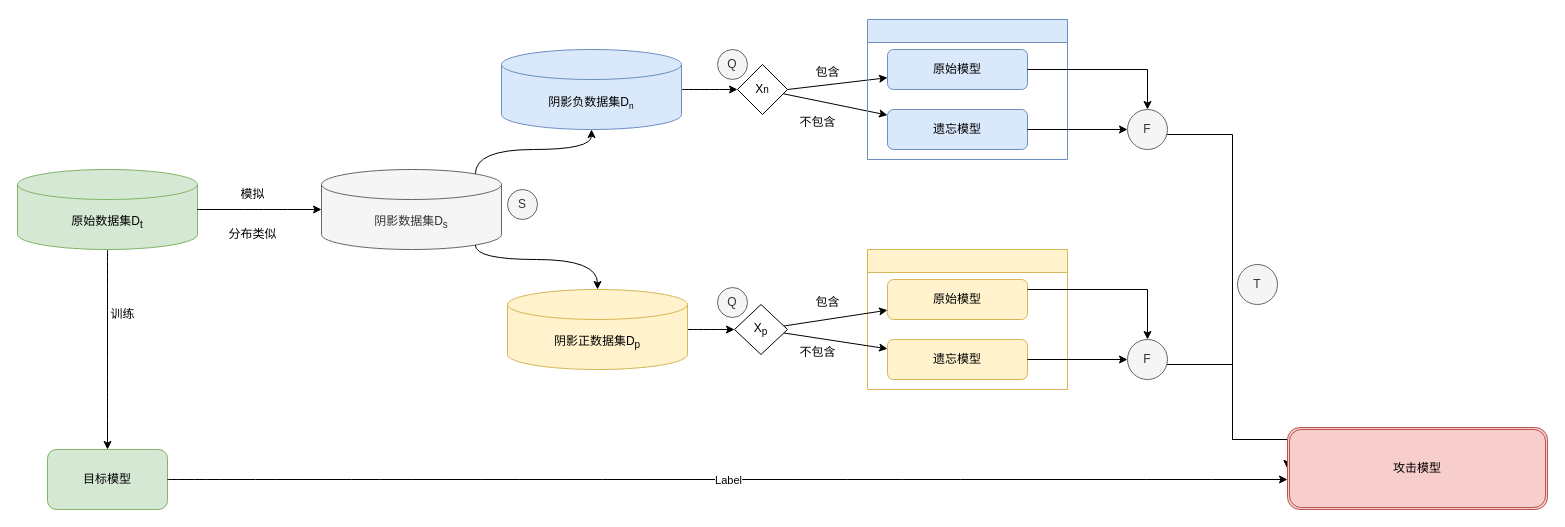
This is page "第 4 页" (4 of 7) of 未命名绘图.drawio from liangliuqi/whu-program, a draw.io file, before an edit. Source tidied: cells renumbered, new cells numbered last; positions are measured from the earlier drawing's top-left corner, leaving out a move shared by most shapes. Both pictures are drawn from the tidied source at 100%, with x=0, y=0 at pixel (17, 19).
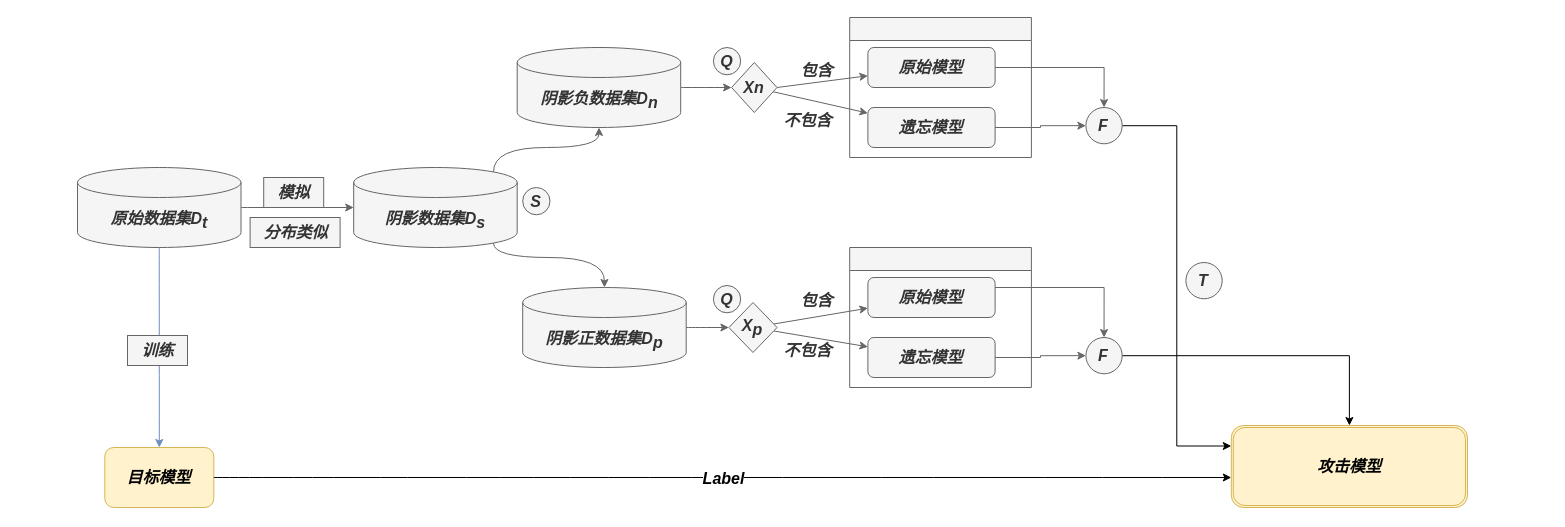
The same page after the edit.

Change to the diagram source:
```diff
@@
+    <mxCell id="47" style="group;" parent="1" vertex="1">
+      <mxGeometry x="60" y="-2" width="1390" height="490" as="geometry" />
+    </mxCell>
-    <mxCell id="2" style="edgeStyle=orthogonalEdgeStyle;curved=1;rounded=0;jettySize=auto;html=1;exitX=0.855;exitY=0;exitDx=0;exitDy=4.35;exitPerimeter=0;" parent="1" edge="1" source="3" target="5">
+    <mxCell id="2" style="edgeStyle=orthogonalEdgeStyle;curved=1;rounded=0;jettySize=auto;html=1;exitX=0.855;exitY=0;exitDx=0;exitDy=4.35;exitPerimeter=0;fontSize=16;fontStyle=3;fillColor=#f5f5f5;strokeColor=#666666;" parent="47" edge="1" source="3" target="5">
       <mxGeometry relative="1" as="geometry" />
     </mxCell>
-    <mxCell id="3" value="阴影数据集D&lt;sub&gt;s&lt;/sub&gt;" style="shape=cylinder3;whiteSpace=wrap;html=1;boundedLbl=1;backgroundOutline=1;size=15;fillColor=#f5f5f5;fontColor=#333333;strokeColor=#666666;" parent="1" vertex="1">
-      <mxGeometry x="304" y="150" width="180" height="80" as="geometry" />
+    <mxCell id="3" value="阴影数据集D&lt;sub style=&quot;font-size: 16px;&quot;&gt;s&lt;/sub&gt;" style="shape=cylinder3;whiteSpace=wrap;html=1;boundedLbl=1;backgroundOutline=1;size=15;fillColor=#f5f5f5;fontColor=#333333;strokeColor=#666666;fontSize=16;fontStyle=3;" parent="47" vertex="1">
+      <mxGeometry x="276.2" y="150" width="163.5" height="80" as="geometry" />
     </mxCell>
-    <mxCell id="4" style="edgeStyle=orthogonalEdgeStyle;curved=1;rounded=0;jettySize=auto;html=1;exitX=1;exitY=0.5;exitDx=0;exitDy=0;exitPerimeter=0;entryX=0;entryY=0.5;entryDx=0;entryDy=0;" parent="1" edge="1" source="5" target="18">
+    <mxCell id="4" style="edgeStyle=orthogonalEdgeStyle;curved=1;rounded=0;jettySize=auto;html=1;exitX=1;exitY=0.5;exitDx=0;exitDy=0;exitPerimeter=0;entryX=0;entryY=0.5;entryDx=0;entryDy=0;fontSize=16;fontStyle=3;fillColor=#f5f5f5;strokeColor=#666666;" parent="47" edge="1" source="5" target="18">
       <mxGeometry relative="1" as="geometry" />
     </mxCell>
-    <mxCell id="5" value="阴影负数据集D&lt;span style=&quot;font-size: 10px;&quot;&gt;&lt;sub&gt;n&lt;/sub&gt;&lt;/span&gt;" style="shape=cylinder3;whiteSpace=wrap;html=1;boundedLbl=1;backgroundOutline=1;size=15;fillColor=#dae8fc;strokeColor=#6c8ebf;" parent="1" vertex="1">
-      <mxGeometry x="484" y="30" width="180" height="80" as="geometry" />
+    <mxCell id="5" value="阴影负数据集D&lt;span style=&quot;font-size: 16px;&quot;&gt;&lt;sub style=&quot;font-size: 16px;&quot;&gt;n&lt;/sub&gt;&lt;/span&gt;" style="shape=cylinder3;whiteSpace=wrap;html=1;boundedLbl=1;backgroundOutline=1;size=15;fillColor=#f5f5f5;strokeColor=#666666;fontSize=16;fontStyle=3;fontColor=#333333;" parent="47" vertex="1">
+      <mxGeometry x="439.7" y="30" width="163.5" height="80" as="geometry" />
     </mxCell>
-    <mxCell id="6" style="edgeStyle=orthogonalEdgeStyle;curved=1;rounded=0;jettySize=auto;html=1;exitX=1;exitY=0.5;exitDx=0;exitDy=0;exitPerimeter=0;" parent="1" edge="1" source="7" target="29">
+    <mxCell id="6" style="edgeStyle=orthogonalEdgeStyle;curved=1;rounded=0;jettySize=auto;html=1;exitX=1;exitY=0.5;exitDx=0;exitDy=0;exitPerimeter=0;fontSize=16;fontStyle=3;fillColor=#f5f5f5;strokeColor=#666666;" parent="47" edge="1" source="7" target="29">
       <mxGeometry relative="1" as="geometry" />
     </mxCell>
-    <mxCell id="7" value="阴影正数据集D&lt;sub&gt;p&lt;/sub&gt;" style="shape=cylinder3;whiteSpace=wrap;html=1;boundedLbl=1;backgroundOutline=1;size=15;fillColor=#fff2cc;strokeColor=#d6b656;" parent="1" vertex="1">
-      <mxGeometry x="490" y="270" width="180" height="80" as="geometry" />
+    <mxCell id="7" value="阴影正数据集D&lt;sub style=&quot;font-size: 16px;&quot;&gt;p&lt;/sub&gt;" style="shape=cylinder3;whiteSpace=wrap;html=1;boundedLbl=1;backgroundOutline=1;size=15;fillColor=#f5f5f5;strokeColor=#666666;fontSize=16;fontStyle=3;fontColor=#333333;" parent="47" vertex="1">
+      <mxGeometry x="445.2" y="270" width="163.5" height="80" as="geometry" />
     </mxCell>
-    <mxCell id="8" style="edgeStyle=orthogonalEdgeStyle;curved=1;rounded=0;jettySize=auto;html=1;exitX=0.5;exitY=1;exitDx=0;exitDy=0;exitPerimeter=0;entryX=0.5;entryY=0;entryDx=0;entryDy=0;" parent="1" edge="1" source="9" target="14">
+    <mxCell id="8" style="edgeStyle=orthogonalEdgeStyle;curved=1;rounded=0;jettySize=auto;html=1;exitX=0.5;exitY=1;exitDx=0;exitDy=0;exitPerimeter=0;entryX=0.5;entryY=0;entryDx=0;entryDy=0;fontSize=16;fontStyle=3;fillColor=#dae8fc;strokeColor=#6c8ebf;" parent="47" edge="1" source="9" target="14">
       <mxGeometry relative="1" as="geometry" />
     </mxCell>
-    <mxCell id="9" value="原始数据集D&lt;sub&gt;t&lt;/sub&gt;" style="shape=cylinder3;whiteSpace=wrap;html=1;boundedLbl=1;backgroundOutline=1;size=15;fillColor=#d5e8d4;strokeColor=#82b366;" parent="1" vertex="1">
-      <mxGeometry y="150" width="180" height="80" as="geometry" />
+    <mxCell id="9" value="原始数据集D&lt;sub style=&quot;font-size: 16px;&quot;&gt;t&lt;/sub&gt;" style="shape=cylinder3;whiteSpace=wrap;html=1;boundedLbl=1;backgroundOutline=1;size=15;fillColor=#f5f5f5;strokeColor=#666666;fontSize=16;fontStyle=3;fontColor=#333333;" parent="47" vertex="1">
+      <mxGeometry y="150" width="163.5" height="80" as="geometry" />
     </mxCell>
-    <mxCell id="10" style="edgeStyle=orthogonalEdgeStyle;curved=1;rounded=0;jettySize=auto;html=1;entryX=0;entryY=0.5;entryDx=0;entryDy=0;entryPerimeter=0;" parent="1" edge="1" source="9" target="3">
+    <mxCell id="10" style="edgeStyle=orthogonalEdgeStyle;curved=1;rounded=0;jettySize=auto;html=1;entryX=0;entryY=0.5;entryDx=0;entryDy=0;entryPerimeter=0;fontSize=16;fontStyle=3;fillColor=#f5f5f5;strokeColor=#666666;" parent="47" edge="1" source="9" target="3">
       <mxGeometry relative="1" as="geometry" />
     </mxCell>
-    <mxCell id="11" value="模拟" style="text;html=1;align=center;verticalAlign=middle;strokeColor=none;fillColor=none;" parent="1" vertex="1">
-      <mxGeometry x="210" y="160" width="50" height="30" as="geometry" />
+    <mxCell id="11" value="模拟" style="text;html=1;align=center;verticalAlign=middle;strokeColor=#666666;fillColor=#f5f5f5;fontSize=16;fontStyle=3;fontColor=#333333;" parent="47" vertex="1">
+      <mxGeometry x="186.2" y="160" width="60" height="30" as="geometry" />
     </mxCell>
-    <mxCell id="12" value="分布类似" style="text;html=1;align=center;verticalAlign=middle;strokeColor=none;fillColor=none;" parent="1" vertex="1">
-      <mxGeometry x="200" y="200" width="70" height="30" as="geometry" />
+    <mxCell id="12" value="分布类似" style="text;html=1;align=center;verticalAlign=middle;strokeColor=#666666;fillColor=#f5f5f5;fontSize=16;fontStyle=3;fontColor=#333333;" parent="47" vertex="1">
+      <mxGeometry x="172.6" y="200" width="90" height="30" as="geometry" />
     </mxCell>
-    <mxCell id="13" style="edgeStyle=orthogonalEdgeStyle;curved=1;rounded=0;jettySize=auto;html=1;exitX=0.855;exitY=1;exitDx=0;exitDy=-4.35;exitPerimeter=0;entryX=0.5;entryY=0;entryDx=0;entryDy=0;entryPerimeter=0;" parent="1" edge="1" source="3" target="7">
+    <mxCell id="13" style="edgeStyle=orthogonalEdgeStyle;curved=1;rounded=0;jettySize=auto;html=1;exitX=0.855;exitY=1;exitDx=0;exitDy=-4.35;exitPerimeter=0;entryX=0.5;entryY=0;entryDx=0;entryDy=0;entryPerimeter=0;fontSize=16;fontStyle=3;fillColor=#f5f5f5;strokeColor=#666666;" parent="47" edge="1" source="3" target="7">
       <mxGeometry relative="1" as="geometry">
         <Array as="points">
-          <mxPoint x="458" y="240" />
-          <mxPoint x="580" y="240" />
+          <mxPoint x="416.1" y="240" />
+          <mxPoint x="526.9" y="240" />
         </Array>
       </mxGeometry>
     </mxCell>
-    <mxCell id="14" value="目标模型" style="rounded=1;whiteSpace=wrap;html=1;fillColor=#d5e8d4;strokeColor=#82b366;" parent="1" vertex="1">
-      <mxGeometry x="30" y="430" width="120" height="60" as="geometry" />
+    <mxCell id="14" value="目标模型" style="rounded=1;whiteSpace=wrap;html=1;fillColor=#fff2cc;strokeColor=#d6b656;fontSize=16;fontStyle=3;" parent="47" vertex="1">
+      <mxGeometry x="27.3" y="430" width="109" height="60" as="geometry" />
     </mxCell>
-    <mxCell id="15" value="训练" style="text;html=1;align=center;verticalAlign=middle;strokeColor=none;fillColor=none;" parent="1" vertex="1">
-      <mxGeometry x="80" y="280" width="50" height="30" as="geometry" />
+    <mxCell id="15" value="训练" style="text;html=1;align=center;verticalAlign=middle;strokeColor=#666666;fillColor=#f5f5f5;fontSize=16;fontStyle=3;fontColor=#333333;" parent="47" vertex="1">
+      <mxGeometry x="50" y="318" width="60" height="30" as="geometry" />
     </mxCell>
-    <mxCell id="16" style="edgeStyle=none;rounded=0;jettySize=auto;html=1;exitX=1;exitY=0.5;exitDx=0;exitDy=0;" parent="1" edge="1" source="18" target="20">
+    <mxCell id="16" style="edgeStyle=none;rounded=0;jettySize=auto;html=1;exitX=1;exitY=0.5;exitDx=0;exitDy=0;fontSize=16;fontStyle=3;fillColor=#f5f5f5;strokeColor=#666666;" parent="47" edge="1" source="18" target="20">
       <mxGeometry relative="1" as="geometry" />
     </mxCell>
-    <mxCell id="17" style="edgeStyle=none;rounded=0;jettySize=auto;html=1;" parent="1" edge="1" source="18" target="21">
+    <mxCell id="17" style="edgeStyle=none;rounded=0;jettySize=auto;html=1;fontSize=16;fontStyle=3;fillColor=#f5f5f5;strokeColor=#666666;" parent="47" edge="1" source="18" target="21">
       <mxGeometry relative="1" as="geometry" />
     </mxCell>
-    <mxCell id="18" value="X&lt;span style=&quot;font-size: 10px;&quot;&gt;n&lt;/span&gt;" style="rhombus;whiteSpace=wrap;html=1;" parent="1" vertex="1">
-      <mxGeometry x="720" y="45" width="50" height="50" as="geometry" />
+    <mxCell id="18" value="X&lt;span style=&quot;font-size: 16px;&quot;&gt;n&lt;/span&gt;" style="rhombus;whiteSpace=wrap;html=1;fontSize=16;fontStyle=3;fillColor=#f5f5f5;fontColor=#333333;strokeColor=#666666;" parent="47" vertex="1">
+      <mxGeometry x="654.1" y="45" width="45.4" height="50" as="geometry" />
     </mxCell>
-    <mxCell id="19" style="swimlane;whiteSpace=wrap;html=1;fillColor=#dae8fc;strokeColor=#6c8ebf;" parent="1" vertex="1">
-      <mxGeometry x="850" width="200" height="140" as="geometry" />
+    <mxCell id="19" style="swimlane;whiteSpace=wrap;html=1;fillColor=#f5f5f5;strokeColor=#666666;fontSize=16;fontStyle=3;fontColor=#333333;" parent="47" vertex="1">
+      <mxGeometry x="772.2" width="181.7" height="140" as="geometry" />
     </mxCell>
-    <mxCell id="20" value="原始模型" style="rounded=1;whiteSpace=wrap;html=1;fillColor=#dae8fc;strokeColor=#6c8ebf;" parent="19" vertex="1">
-      <mxGeometry x="20" y="30" width="140" height="40" as="geometry" />
+    <mxCell id="20" value="原始模型" style="rounded=1;whiteSpace=wrap;html=1;fillColor=#f5f5f5;strokeColor=#666666;fontSize=16;fontStyle=3;fontColor=#333333;" parent="19" vertex="1">
+      <mxGeometry x="18.2" y="30" width="127.2" height="40" as="geometry" />
     </mxCell>
-    <mxCell id="21" value="遗忘模型" style="rounded=1;whiteSpace=wrap;html=1;fillColor=#dae8fc;strokeColor=#6c8ebf;" parent="19" vertex="1">
-      <mxGeometry x="20" y="90" width="140" height="40" as="geometry" />
+    <mxCell id="21" value="遗忘模型" style="rounded=1;whiteSpace=wrap;html=1;fillColor=#f5f5f5;strokeColor=#666666;fontSize=16;fontStyle=3;fontColor=#333333;" parent="19" vertex="1">
+      <mxGeometry x="18.2" y="90" width="127.2" height="40" as="geometry" />
     </mxCell>
-    <mxCell id="22" style="endArrow=classic;html=1;rounded=0;curved=1;" parent="1" edge="1" source="14">
+    <mxCell id="22" style="endArrow=classic;html=1;rounded=0;curved=1;fontSize=16;fontStyle=3;" parent="47" edge="1" source="14">
       <mxGeometry relative="1" as="geometry">
-        <mxPoint x="1270" y="460" as="targetPoint" />
+        <mxPoint x="1153.8" y="460" as="targetPoint" />
       </mxGeometry>
     </mxCell>
-    <mxCell id="23" value="Label" style="edgeLabel;html=1;align=center;verticalAlign=middle;" parent="22" vertex="1">
+    <mxCell id="23" value="Label" style="edgeLabel;html=1;align=center;verticalAlign=middle;fontSize=16;fontStyle=3;" parent="22" vertex="1">
       <mxGeometry relative="1" as="geometry" />
     </mxCell>
-    <mxCell id="24" style="swimlane;whiteSpace=wrap;html=1;fillColor=#fff2cc;strokeColor=#d6b656;" parent="1" vertex="1">
-      <mxGeometry x="850" y="230" width="200" height="140" as="geometry" />
+    <mxCell id="24" style="swimlane;whiteSpace=wrap;html=1;fillColor=#f5f5f5;strokeColor=#666666;fontSize=16;fontStyle=3;fontColor=#333333;" parent="47" vertex="1">
+      <mxGeometry x="772.2" y="230" width="181.7" height="140" as="geometry" />
     </mxCell>
-    <mxCell id="25" value="原始模型" style="rounded=1;whiteSpace=wrap;html=1;fillColor=#fff2cc;strokeColor=#d6b656;" parent="24" vertex="1">
-      <mxGeometry x="20" y="30" width="140" height="40" as="geometry" />
+    <mxCell id="25" value="原始模型" style="rounded=1;whiteSpace=wrap;html=1;fillColor=#f5f5f5;strokeColor=#666666;fontSize=16;fontStyle=3;fontColor=#333333;" parent="24" vertex="1">
+      <mxGeometry x="18.2" y="30" width="127.2" height="40" as="geometry" />
     </mxCell>
-    <mxCell id="26" value="遗忘模型" style="rounded=1;whiteSpace=wrap;html=1;fillColor=#fff2cc;strokeColor=#d6b656;" parent="24" vertex="1">
-      <mxGeometry x="20" y="90" width="140" height="40" as="geometry" />
+    <mxCell id="26" value="遗忘模型" style="rounded=1;whiteSpace=wrap;html=1;fillColor=#f5f5f5;strokeColor=#666666;fontSize=16;fontStyle=3;fontColor=#333333;" parent="24" vertex="1">
+      <mxGeometry x="18.2" y="90" width="127.2" height="40" as="geometry" />
     </mxCell>
-    <mxCell id="27" style="edgeStyle=none;rounded=0;jettySize=auto;html=1;" parent="1" edge="1" source="29" target="25">
+    <mxCell id="27" style="edgeStyle=none;rounded=0;jettySize=auto;html=1;fontSize=16;fontStyle=3;fillColor=#f5f5f5;strokeColor=#666666;" parent="47" edge="1" source="29" target="25">
       <mxGeometry relative="1" as="geometry" />
     </mxCell>
-    <mxCell id="28" style="edgeStyle=none;rounded=0;jettySize=auto;html=1;" parent="1" edge="1" source="29" target="26">
+    <mxCell id="28" style="edgeStyle=none;rounded=0;jettySize=auto;html=1;fontSize=16;fontStyle=3;fillColor=#f5f5f5;strokeColor=#666666;" parent="47" edge="1" source="29" target="26">
       <mxGeometry relative="1" as="geometry" />
     </mxCell>
-    <mxCell id="29" value="X&lt;sub&gt;p&lt;/sub&gt;" style="rhombus;whiteSpace=wrap;html=1;" parent="1" vertex="1">
-      <mxGeometry x="717" y="285" width="53" height="50" as="geometry" />
+    <mxCell id="29" value="X&lt;sub style=&quot;font-size: 16px;&quot;&gt;p&lt;/sub&gt;" style="rhombus;whiteSpace=wrap;html=1;fontSize=16;fontStyle=3;fillColor=#f5f5f5;fontColor=#333333;strokeColor=#666666;" parent="47" vertex="1">
+      <mxGeometry x="651.4" y="285" width="48.2" height="50" as="geometry" />
     </mxCell>
-    <mxCell id="30" style="edgeStyle=orthogonalEdgeStyle;rounded=0;jettySize=auto;html=1;entryX=0;entryY=0.5;entryDx=0;entryDy=0;" parent="1" edge="1" source="31" target="34">
-      <mxGeometry relative="1" as="geometry">
-        <Array as="points">
-          <mxPoint x="1215" y="115" />
-          <mxPoint x="1215" y="420" />
-          <mxPoint x="1270" y="420" />
-        </Array>
-      </mxGeometry>
+    <mxCell id="30" style="edgeStyle=orthogonalEdgeStyle;rounded=0;jettySize=auto;html=1;entryX=0;entryY=0.25;entryDx=0;entryDy=0;" parent="47" edge="1" source="31" target="34">
+      <mxGeometry relative="1" as="geometry" />
     </mxCell>
-    <mxCell id="31" value="F" style="ellipse;whiteSpace=wrap;html=1;fillColor=#f5f5f5;fontColor=#333333;strokeColor=#666666;" parent="1" vertex="1">
-      <mxGeometry x="1110" y="90" width="40" height="40" as="geometry" />
+    <mxCell id="31" value="F" style="ellipse;whiteSpace=wrap;html=1;fillColor=#f5f5f5;fontColor=#333333;strokeColor=#666666;fontSize=16;fontStyle=3;" parent="47" vertex="1">
+      <mxGeometry x="1008.4" y="90" width="36.3" height="36.3" as="geometry" />
     </mxCell>
-    <mxCell id="32" style="edgeStyle=orthogonalEdgeStyle;rounded=0;jettySize=auto;html=1;entryX=0;entryY=0.5;entryDx=0;entryDy=0;" parent="1" edge="1" source="33" target="34">
-      <mxGeometry relative="1" as="geometry">
-        <Array as="points">
-          <mxPoint x="1215" y="345" />
-          <mxPoint x="1215" y="420" />
-          <mxPoint x="1270" y="420" />
-        </Array>
-      </mxGeometry>
+    <mxCell id="32" style="edgeStyle=orthogonalEdgeStyle;rounded=0;jettySize=auto;html=1;entryX=0.5;entryY=0;entryDx=0;entryDy=0;" parent="47" edge="1" source="33" target="34">
+      <mxGeometry relative="1" as="geometry" />
     </mxCell>
-    <mxCell id="33" value="F" style="ellipse;whiteSpace=wrap;html=1;fillColor=#f5f5f5;fontColor=#333333;strokeColor=#666666;" parent="1" vertex="1">
-      <mxGeometry x="1110" y="320" width="40" height="40" as="geometry" />
+    <mxCell id="33" value="F" style="ellipse;whiteSpace=wrap;html=1;fillColor=#f5f5f5;fontColor=#333333;strokeColor=#666666;fontSize=16;fontStyle=3;" parent="47" vertex="1">
+      <mxGeometry x="1008.4" y="320" width="36.3" height="36.3" as="geometry" />
     </mxCell>
-    <mxCell id="34" value="攻击模型" style="shape=ext;double=1;rounded=1;whiteSpace=wrap;html=1;fillColor=#f8cecc;strokeColor=#b85450;" parent="1" vertex="1">
-      <mxGeometry x="1270" y="408" width="260" height="82" as="geometry" />
+    <mxCell id="34" value="攻击模型" style="shape=ext;double=1;rounded=1;whiteSpace=wrap;html=1;fillColor=#fff2cc;strokeColor=#d6b656;fontSize=16;fontStyle=3;" parent="47" vertex="1">
+      <mxGeometry x="1153.8" y="408" width="236.2" height="82" as="geometry" />
     </mxCell>
-    <mxCell id="35" value="包含" style="text;html=1;align=center;verticalAlign=middle;strokeColor=none;fillColor=none;" parent="1" vertex="1">
-      <mxGeometry x="785" y="38" width="50" height="30" as="geometry" />
+    <mxCell id="35" value="包含" style="text;html=1;align=center;verticalAlign=middle;strokeColor=none;fillColor=none;fontSize=16;fontStyle=3;fontColor=#333333;" parent="47" vertex="1">
+      <mxGeometry x="708.6" y="38" width="60" height="30" as="geometry" />
     </mxCell>
-    <mxCell id="36" value="不包含" style="text;html=1;align=center;verticalAlign=middle;strokeColor=none;fillColor=none;" parent="1" vertex="1">
-      <mxGeometry x="770" y="88" width="60" height="30" as="geometry" />
+    <mxCell id="36" value="不包含" style="text;html=1;align=center;verticalAlign=middle;strokeColor=none;fillColor=none;fontSize=16;fontStyle=3;fontColor=#333333;" parent="47" vertex="1">
+      <mxGeometry x="695" y="88" width="70" height="30" as="geometry" />
     </mxCell>
-    <mxCell id="37" value="包含" style="text;html=1;align=center;verticalAlign=middle;strokeColor=none;fillColor=none;" parent="1" vertex="1">
-      <mxGeometry x="785" y="268" width="50" height="30" as="geometry" />
+    <mxCell id="37" value="包含" style="text;html=1;align=center;verticalAlign=middle;strokeColor=none;fillColor=none;fontSize=16;fontStyle=3;fontColor=#333333;" parent="47" vertex="1">
+      <mxGeometry x="708.6" y="268" width="60" height="30" as="geometry" />
     </mxCell>
-    <mxCell id="38" value="不包含" style="text;html=1;align=center;verticalAlign=middle;strokeColor=none;fillColor=none;" parent="1" vertex="1">
-      <mxGeometry x="770" y="318" width="60" height="30" as="geometry" />
+    <mxCell id="38" value="不包含" style="text;html=1;align=center;verticalAlign=middle;strokeColor=none;fillColor=none;fontSize=16;fontStyle=3;fontColor=#333333;" parent="47" vertex="1">
+      <mxGeometry x="695" y="318" width="70" height="30" as="geometry" />
     </mxCell>
-    <mxCell id="39" style="edgeStyle=orthogonalEdgeStyle;rounded=0;jettySize=auto;html=1;exitX=1;exitY=0.5;exitDx=0;exitDy=0;entryX=0.5;entryY=0;entryDx=0;entryDy=0;" parent="1" edge="1" source="20" target="31">
+    <mxCell id="39" style="edgeStyle=orthogonalEdgeStyle;rounded=0;jettySize=auto;html=1;exitX=1;exitY=0.5;exitDx=0;exitDy=0;entryX=0.5;entryY=0;entryDx=0;entryDy=0;fontSize=16;fontStyle=3;fillColor=#f5f5f5;strokeColor=#666666;" parent="47" edge="1" source="20" target="31">
       <mxGeometry relative="1" as="geometry" />
     </mxCell>
-    <mxCell id="40" style="edgeStyle=orthogonalEdgeStyle;rounded=0;jettySize=auto;html=1;exitX=1;exitY=0.5;exitDx=0;exitDy=0;entryX=0;entryY=0.5;entryDx=0;entryDy=0;" parent="1" edge="1" source="21" target="31">
+    <mxCell id="40" style="edgeStyle=orthogonalEdgeStyle;rounded=0;jettySize=auto;html=1;exitX=1;exitY=0.5;exitDx=0;exitDy=0;entryX=0;entryY=0.5;entryDx=0;entryDy=0;fontSize=16;fontStyle=3;fillColor=#f5f5f5;strokeColor=#666666;" parent="47" edge="1" source="21" target="31">
       <mxGeometry relative="1" as="geometry" />
     </mxCell>
-    <mxCell id="41" style="edgeStyle=orthogonalEdgeStyle;rounded=0;jettySize=auto;html=1;exitX=1;exitY=0.25;exitDx=0;exitDy=0;entryX=0.5;entryY=0;entryDx=0;entryDy=0;" parent="1" edge="1" source="25" target="33">
+    <mxCell id="41" style="edgeStyle=orthogonalEdgeStyle;rounded=0;jettySize=auto;html=1;exitX=1;exitY=0.25;exitDx=0;exitDy=0;entryX=0.5;entryY=0;entryDx=0;entryDy=0;fontSize=16;fontStyle=3;fillColor=#f5f5f5;strokeColor=#666666;" parent="47" edge="1" source="25" target="33">
       <mxGeometry relative="1" as="geometry" />
     </mxCell>
-    <mxCell id="42" style="edgeStyle=orthogonalEdgeStyle;rounded=0;jettySize=auto;html=1;exitX=1;exitY=0.5;exitDx=0;exitDy=0;entryX=0;entryY=0.5;entryDx=0;entryDy=0;" parent="1" edge="1" source="26" target="33">
+    <mxCell id="42" style="edgeStyle=orthogonalEdgeStyle;rounded=0;jettySize=auto;html=1;exitX=1;exitY=0.5;exitDx=0;exitDy=0;entryX=0;entryY=0.5;entryDx=0;entryDy=0;fontSize=16;fontStyle=3;fillColor=#f5f5f5;strokeColor=#666666;" parent="47" edge="1" source="26" target="33">
       <mxGeometry relative="1" as="geometry" />
     </mxCell>
-    <mxCell id="43" value="T" style="ellipse;whiteSpace=wrap;html=1;fillColor=#f5f5f5;fontColor=#333333;strokeColor=#666666;" parent="1" vertex="1">
-      <mxGeometry x="1220" y="245" width="40" height="40" as="geometry" />
+    <mxCell id="43" value="T" style="ellipse;whiteSpace=wrap;html=1;fillColor=#f5f5f5;fontColor=#333333;strokeColor=#666666;fontSize=16;fontStyle=3;" parent="47" vertex="1">
+      <mxGeometry x="1108.4" y="245" width="36.3" height="36.3" as="geometry" />
     </mxCell>
-    <mxCell id="44" value="Q" style="ellipse;whiteSpace=wrap;html=1;fillColor=#f5f5f5;fontColor=#333333;strokeColor=#666666;" parent="1" vertex="1">
-      <mxGeometry x="700" y="30" width="30" height="30" as="geometry" />
+    <mxCell id="44" value="Q" style="ellipse;whiteSpace=wrap;html=1;fillColor=#f5f5f5;fontColor=#333333;strokeColor=#666666;fontSize=16;fontStyle=3;" parent="47" vertex="1">
+      <mxGeometry x="635.9" y="30" width="27.3" height="27.3" as="geometry" />
     </mxCell>
-    <mxCell id="45" value="Q" style="ellipse;whiteSpace=wrap;html=1;fillColor=#f5f5f5;fontColor=#333333;strokeColor=#666666;" parent="1" vertex="1">
-      <mxGeometry x="700" y="268" width="30" height="30" as="geometry" />
+    <mxCell id="45" value="Q" style="ellipse;whiteSpace=wrap;html=1;fillColor=#f5f5f5;fontColor=#333333;strokeColor=#666666;fontSize=16;fontStyle=3;" parent="47" vertex="1">
+      <mxGeometry x="635.9" y="268" width="27.3" height="27.3" as="geometry" />
     </mxCell>
-    <mxCell id="46" value="S" style="ellipse;whiteSpace=wrap;html=1;fillColor=#f5f5f5;fontColor=#333333;strokeColor=#666666;" parent="1" vertex="1">
-      <mxGeometry x="490" y="170" width="30" height="30" as="geometry" />
+    <mxCell id="46" value="S" style="ellipse;whiteSpace=wrap;html=1;fillColor=#f5f5f5;fontColor=#333333;strokeColor=#666666;fontSize=16;fontStyle=3;" parent="47" vertex="1">
+      <mxGeometry x="445.2" y="170" width="27.3" height="27.3" as="geometry" />
     </mxCell>
```
